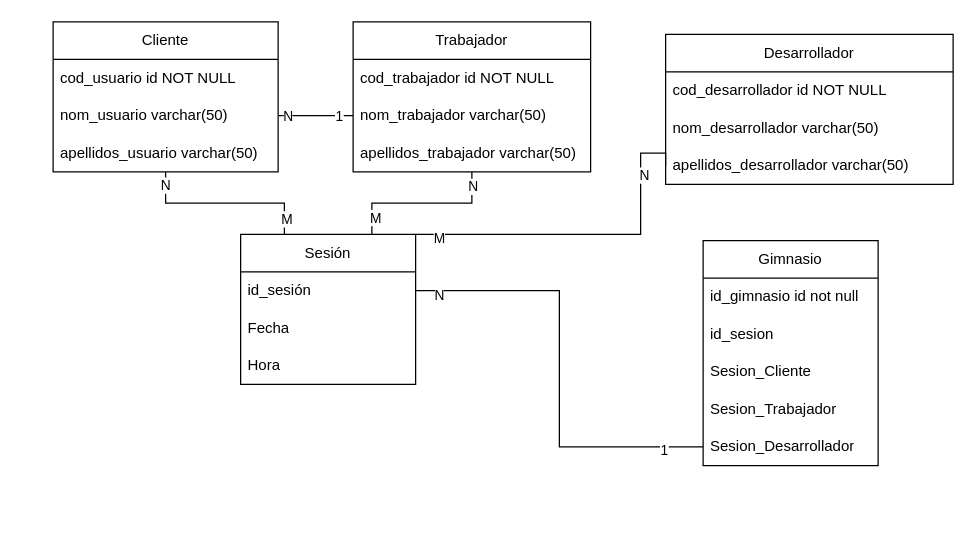
Before: Diagrama Relacional.drawio in HuBaMarin/projDespliegue, a draw.io diagram. Source tidied: cells renumbered, new cells numbered last; positions are measured from the earlier drawing's top-left corner, leaving out a move shared by most shapes. Both pictures are drawn from the tidied source at 125%, with x=0, y=0 at pixel (52, 21).
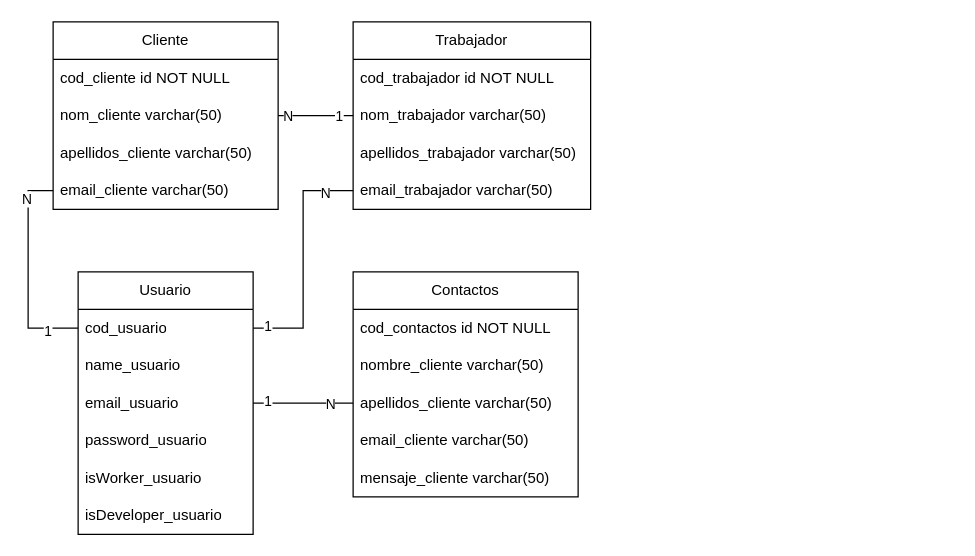
The same diagram, later.

The edit, as a diff of the source:
```diff
@@
-    <mxCell id="2" style="edgeStyle=orthogonalEdgeStyle;rounded=0;jettySize=auto;html=1;entryX=0.25;entryY=0;entryDx=0;entryDy=0;endArrow=none;endFill=0;" parent="1" edge="1" source="5" target="19">
-      <mxGeometry relative="1" as="geometry" />
-    </mxCell>
-    <mxCell id="3" value="N" style="edgeLabel;html=1;align=center;verticalAlign=middle;" parent="2" vertex="1">
-      <mxGeometry x="-0.86" y="-1" relative="1" as="geometry" />
-    </mxCell>
-    <mxCell id="4" value="M" style="edgeLabel;html=1;align=center;verticalAlign=middle;" parent="2" vertex="1">
-      <mxGeometry x="0.82" y="1" relative="1" as="geometry" />
-    </mxCell>
     <mxCell id="5" value="Cliente" style="swimlane;fontStyle=0;horizontal=1;startSize=30;whiteSpace=wrap;html=1;" parent="1" vertex="1">
-      <mxGeometry width="180" height="120" as="geometry" />
+      <mxGeometry width="180" height="150" as="geometry" />
     </mxCell>
-    <mxCell id="6" value="cod_usuario id NOT NULL" style="text;strokeColor=none;fillColor=none;align=left;verticalAlign=middle;spacingLeft=4;spacingRight=4;overflow=hidden;whiteSpace=wrap;html=1;" parent="5" vertex="1">
+    <mxCell id="6" value="cod_cliente id NOT NULL" style="text;strokeColor=none;fillColor=none;align=left;verticalAlign=middle;spacingLeft=4;spacingRight=4;overflow=hidden;whiteSpace=wrap;html=1;" parent="5" vertex="1">
       <mxGeometry y="30" width="180" height="30" as="geometry" />
     </mxCell>
-    <mxCell id="7" value="nom_usuario varchar(50)" style="text;strokeColor=none;fillColor=none;align=left;verticalAlign=middle;spacingLeft=4;spacingRight=4;overflow=hidden;points=[[0,0.5],[1,0.5]];portConstraint=eastwest;whiteSpace=wrap;html=1;" parent="5" vertex="1">
+    <mxCell id="7" value="nom_cliente varchar(50)" style="text;strokeColor=none;fillColor=none;align=left;verticalAlign=middle;spacingLeft=4;spacingRight=4;overflow=hidden;points=[[0,0.5],[1,0.5]];portConstraint=eastwest;whiteSpace=wrap;html=1;" parent="5" vertex="1">
       <mxGeometry y="60" width="180" height="30" as="geometry" />
     </mxCell>
-    <mxCell id="8" value="apellidos_usuario varchar(50)" style="text;strokeColor=none;fillColor=none;align=left;verticalAlign=middle;spacingLeft=4;spacingRight=4;overflow=hidden;whiteSpace=wrap;html=1;" parent="5" vertex="1">
+    <mxCell id="8" value="apellidos_cliente varchar(50)" style="text;strokeColor=none;fillColor=none;align=left;verticalAlign=middle;spacingLeft=4;spacingRight=4;overflow=hidden;whiteSpace=wrap;html=1;" parent="5" vertex="1">
       <mxGeometry y="90" width="180" height="30" as="geometry" />
     </mxCell>
-    <mxCell id="9" style="edgeStyle=orthogonalEdgeStyle;rounded=0;jettySize=auto;html=1;entryX=0.75;entryY=0;entryDx=0;entryDy=0;endArrow=none;endFill=0;" parent="1" edge="1" source="12" target="19">
-      <mxGeometry relative="1" as="geometry" />
-    </mxCell>
-    <mxCell id="10" value="M" style="edgeLabel;html=1;align=center;verticalAlign=middle;" parent="9" vertex="1">
-      <mxGeometry x="0.78" y="2" relative="1" as="geometry" />
-    </mxCell>
-    <mxCell id="11" value="N" style="edgeLabel;html=1;align=center;verticalAlign=middle;" parent="9" vertex="1">
-      <mxGeometry x="-0.83" relative="1" as="geometry" />
-    </mxCell>
+    <mxCell id="39" value="email_cliente varchar(50)" style="text;strokeColor=none;fillColor=none;align=left;verticalAlign=middle;spacingLeft=4;spacingRight=4;overflow=hidden;points=[[0,0.5],[1,0.5]];portConstraint=eastwest;whiteSpace=wrap;html=1;" parent="5" vertex="1">
+      <mxGeometry y="120" width="180" height="30" as="geometry" />
+    </mxCell>
     <mxCell id="12" value="Trabajador" style="swimlane;fontStyle=0;horizontal=1;startSize=30;whiteSpace=wrap;html=1;" parent="1" vertex="1">
-      <mxGeometry x="240" width="190" height="120" as="geometry" />
+      <mxGeometry x="240" width="190" height="150" as="geometry" />
     </mxCell>
@@
-    <mxCell id="16" style="edgeStyle=orthogonalEdgeStyle;rounded=0;jettySize=auto;html=1;entryX=0;entryY=0.5;entryDx=0;entryDy=0;exitX=1;exitY=0.5;exitDx=0;exitDy=0;endArrow=none;endFill=0;" parent="1" edge="1" source="20" target="28">
-      <mxGeometry relative="1" as="geometry" />
-    </mxCell>
-    <mxCell id="17" value="N" style="edgeLabel;html=1;align=center;verticalAlign=middle;" parent="16" vertex="1">
-      <mxGeometry x="-0.9" y="-3" relative="1" as="geometry" />
-    </mxCell>
-    <mxCell id="18" value="1" style="edgeLabel;html=1;align=center;verticalAlign=middle;" parent="16" vertex="1">
-      <mxGeometry x="0.82" y="-2" relative="1" as="geometry" />
-    </mxCell>
-    <mxCell id="19" value="Sesión" style="swimlane;fontStyle=0;horizontal=1;startSize=30;whiteSpace=wrap;html=1;" parent="1" vertex="1">
-      <mxGeometry x="150" y="170" width="140" height="120" as="geometry" />
-    </mxCell>
-    <mxCell id="20" value="id_sesión" style="text;strokeColor=none;fillColor=none;align=left;verticalAlign=middle;spacingLeft=4;spacingRight=4;overflow=hidden;points=[[0,0.5],[1,0.5]];portConstraint=eastwest;whiteSpace=wrap;html=1;" parent="19" vertex="1">
-      <mxGeometry y="30" width="140" height="30" as="geometry" />
-    </mxCell>
-    <mxCell id="21" value="Fecha" style="text;strokeColor=none;fillColor=none;align=left;verticalAlign=middle;spacingLeft=4;spacingRight=4;overflow=hidden;whiteSpace=wrap;html=1;" parent="19" vertex="1">
-      <mxGeometry y="60" width="140" height="30" as="geometry" />
-    </mxCell>
-    <mxCell id="22" value="Hora" style="text;strokeColor=none;fillColor=none;align=left;verticalAlign=middle;spacingLeft=4;spacingRight=4;overflow=hidden;whiteSpace=wrap;html=1;" parent="19" vertex="1">
-      <mxGeometry y="90" width="140" height="30" as="geometry" />
-    </mxCell>
-    <mxCell id="23" value="Gimnasio" style="swimlane;fontStyle=0;horizontal=1;startSize=30;whiteSpace=wrap;html=1;" parent="1" vertex="1">
-      <mxGeometry x="520" y="175" width="140" height="180" as="geometry" />
-    </mxCell>
-    <mxCell id="24" value="id_gimnasio id not null" style="text;strokeColor=none;fillColor=none;align=left;verticalAlign=middle;spacingLeft=4;spacingRight=4;overflow=hidden;whiteSpace=wrap;html=1;" parent="23" vertex="1">
-      <mxGeometry y="30" width="140" height="30" as="geometry" />
-    </mxCell>
-    <mxCell id="25" value="id_sesion" style="text;strokeColor=none;fillColor=none;align=left;verticalAlign=middle;spacingLeft=4;spacingRight=4;overflow=hidden;whiteSpace=wrap;html=1;" parent="23" vertex="1">
-      <mxGeometry y="60" width="140" height="30" as="geometry" />
-    </mxCell>
-    <mxCell id="26" value="Sesion_Cliente" style="text;strokeColor=none;fillColor=none;align=left;verticalAlign=middle;spacingLeft=4;spacingRight=4;overflow=hidden;whiteSpace=wrap;html=1;" parent="23" vertex="1">
-      <mxGeometry y="90" width="140" height="30" as="geometry" />
-    </mxCell>
-    <mxCell id="27" value="Sesion_Trabajador" style="text;strokeColor=none;fillColor=none;align=left;verticalAlign=middle;spacingLeft=4;spacingRight=4;overflow=hidden;whiteSpace=wrap;html=1;" parent="23" vertex="1">
-      <mxGeometry y="120" width="140" height="30" as="geometry" />
-    </mxCell>
-    <mxCell id="28" value="Sesion_Desarrollador" style="text;strokeColor=none;fillColor=none;align=left;verticalAlign=middle;spacingLeft=4;spacingRight=4;overflow=hidden;points=[[0,0.5],[1,0.5]];portConstraint=eastwest;whiteSpace=wrap;html=1;" parent="23" vertex="1">
-      <mxGeometry y="150" width="140" height="30" as="geometry" />
-    </mxCell>
+    <mxCell id="40" value="email_trabajador varchar(50)" style="text;strokeColor=none;fillColor=none;align=left;verticalAlign=middle;spacingLeft=4;spacingRight=4;overflow=hidden;points=[[0,0.5],[1,0.5]];portConstraint=eastwest;whiteSpace=wrap;html=1;" parent="12" vertex="1">
+      <mxGeometry y="120" width="190" height="30" as="geometry" />
+    </mxCell>
@@
-    <mxCell id="32" value="Desarrollador" style="swimlane;fontStyle=0;horizontal=1;startSize=30;whiteSpace=wrap;html=1;" parent="1" vertex="1">
-      <mxGeometry x="490" y="10" width="230" height="120" as="geometry" />
-    </mxCell>
-    <mxCell id="33" value="cod_desarrollador id NOT NULL" style="text;strokeColor=none;fillColor=none;align=left;verticalAlign=middle;spacingLeft=4;spacingRight=4;overflow=hidden;whiteSpace=wrap;html=1;" parent="32" vertex="1">
-      <mxGeometry y="30" width="230" height="30" as="geometry" />
-    </mxCell>
-    <mxCell id="34" value="nom_desarrollador varchar(50)" style="text;strokeColor=none;fillColor=none;align=left;verticalAlign=middle;spacingLeft=4;spacingRight=4;overflow=hidden;whiteSpace=wrap;html=1;" parent="32" vertex="1">
-      <mxGeometry y="60" width="230" height="30" as="geometry" />
-    </mxCell>
-    <mxCell id="35" value="apellidos_desarrollador varchar(50)" style="text;strokeColor=none;fillColor=none;align=left;verticalAlign=middle;spacingLeft=4;spacingRight=4;overflow=hidden;points=[[0,0.5],[1,0.5]];portConstraint=eastwest;whiteSpace=wrap;html=1;" parent="32" vertex="1">
-      <mxGeometry y="90" width="230" height="30" as="geometry" />
-    </mxCell>
-    <mxCell id="36" style="edgeStyle=orthogonalEdgeStyle;rounded=0;jettySize=auto;html=1;entryX=1;entryY=0;entryDx=0;entryDy=0;exitX=0;exitY=0.5;exitDx=0;exitDy=0;endArrow=none;endFill=0;" parent="1" edge="1" source="35" target="19">
-      <mxGeometry relative="1" as="geometry">
-        <Array as="points">
-          <mxPoint x="490" y="105" />
-          <mxPoint x="470" y="105" />
-          <mxPoint x="470" y="170" />
-        </Array>
-      </mxGeometry>
-    </mxCell>
-    <mxCell id="37" value="M" style="edgeLabel;html=1;align=center;verticalAlign=middle;" parent="36" vertex="1">
-      <mxGeometry x="0.87" y="2" relative="1" as="geometry" />
-    </mxCell>
-    <mxCell id="38" value="N" style="edgeLabel;html=1;align=center;verticalAlign=middle;" parent="36" vertex="1">
-      <mxGeometry x="-0.65" y="2" relative="1" as="geometry" />
-    </mxCell>
+    <mxCell id="41" value="Usuario" style="swimlane;fontStyle=0;horizontal=1;startSize=30;whiteSpace=wrap;html=1;" parent="1" vertex="1">
+      <mxGeometry x="20" y="200" width="140" height="210" as="geometry" />
+    </mxCell>
+    <mxCell id="42" value="cod_usuario" style="text;strokeColor=none;fillColor=none;align=left;verticalAlign=middle;spacingLeft=4;spacingRight=4;overflow=hidden;points=[[0,0.5],[1,0.5]];portConstraint=eastwest;whiteSpace=wrap;html=1;" parent="41" vertex="1">
+      <mxGeometry y="30" width="140" height="30" as="geometry" />
+    </mxCell>
+    <mxCell id="43" value="name_usuario" style="text;strokeColor=none;fillColor=none;align=left;verticalAlign=middle;spacingLeft=4;spacingRight=4;overflow=hidden;whiteSpace=wrap;html=1;" parent="41" vertex="1">
+      <mxGeometry y="60" width="140" height="30" as="geometry" />
+    </mxCell>
+    <mxCell id="44" value="email_usuario" style="text;strokeColor=none;fillColor=none;align=left;verticalAlign=middle;spacingLeft=4;spacingRight=4;overflow=hidden;points=[[0,0.5],[1,0.5]];portConstraint=eastwest;whiteSpace=wrap;html=1;" parent="41" vertex="1">
+      <mxGeometry y="90" width="140" height="30" as="geometry" />
+    </mxCell>
+    <mxCell id="45" value="password_usuario" style="text;strokeColor=none;fillColor=none;align=left;verticalAlign=middle;spacingLeft=4;spacingRight=4;overflow=hidden;whiteSpace=wrap;html=1;" parent="41" vertex="1">
+      <mxGeometry y="120" width="140" height="30" as="geometry" />
+    </mxCell>
+    <mxCell id="46" value="isWorker_usuario" style="text;strokeColor=none;fillColor=none;align=left;verticalAlign=middle;spacingLeft=4;spacingRight=4;overflow=hidden;whiteSpace=wrap;html=1;" parent="41" vertex="1">
+      <mxGeometry y="150" width="140" height="30" as="geometry" />
+    </mxCell>
+    <mxCell id="47" value="isDeveloper_usuario" style="text;strokeColor=none;fillColor=none;align=left;verticalAlign=middle;spacingLeft=4;spacingRight=4;overflow=hidden;whiteSpace=wrap;html=1;" parent="41" vertex="1">
+      <mxGeometry y="180" width="140" height="30" as="geometry" />
+    </mxCell>
+    <mxCell id="48" value="Contactos" style="swimlane;fontStyle=0;horizontal=1;startSize=30;whiteSpace=wrap;html=1;" parent="1" vertex="1">
+      <mxGeometry x="240" y="200" width="180" height="180" as="geometry" />
+    </mxCell>
+    <mxCell id="49" value="cod_contactos id NOT NULL" style="text;strokeColor=none;fillColor=none;align=left;verticalAlign=middle;spacingLeft=4;spacingRight=4;overflow=hidden;whiteSpace=wrap;html=1;" parent="48" vertex="1">
+      <mxGeometry y="30" width="180" height="30" as="geometry" />
+    </mxCell>
+    <mxCell id="50" value="nombre_cliente varchar(50)" style="text;strokeColor=none;fillColor=none;align=left;verticalAlign=middle;spacingLeft=4;spacingRight=4;overflow=hidden;whiteSpace=wrap;html=1;" parent="48" vertex="1">
+      <mxGeometry y="60" width="180" height="30" as="geometry" />
+    </mxCell>
+    <mxCell id="51" value="apellidos_cliente varchar(50)" style="text;strokeColor=none;fillColor=none;align=left;verticalAlign=middle;spacingLeft=4;spacingRight=4;overflow=hidden;points=[[0,0.5],[1,0.5]];portConstraint=eastwest;whiteSpace=wrap;html=1;" parent="48" vertex="1">
+      <mxGeometry y="90" width="180" height="30" as="geometry" />
+    </mxCell>
+    <mxCell id="52" value="email_cliente varchar(50)" style="text;strokeColor=none;fillColor=none;align=left;verticalAlign=middle;spacingLeft=4;spacingRight=4;overflow=hidden;whiteSpace=wrap;html=1;" parent="48" vertex="1">
+      <mxGeometry y="120" width="180" height="30" as="geometry" />
+    </mxCell>
+    <mxCell id="53" value="mensaje_cliente varchar(50)" style="text;strokeColor=none;fillColor=none;align=left;verticalAlign=middle;spacingLeft=4;spacingRight=4;overflow=hidden;whiteSpace=wrap;html=1;" parent="48" vertex="1">
+      <mxGeometry y="150" width="180" height="30" as="geometry" />
+    </mxCell>
+    <mxCell id="54" style="edgeStyle=orthogonalEdgeStyle;rounded=0;jettySize=auto;html=1;entryX=1;entryY=0.5;entryDx=0;entryDy=0;endArrow=none;endFill=0;startArrow=none;startFill=0;" parent="1" edge="1" source="51" target="44">
+      <mxGeometry relative="1" as="geometry" />
+    </mxCell>
+    <mxCell id="55" value="1" style="edgeLabel;html=1;align=center;verticalAlign=middle;" parent="54" vertex="1">
+      <mxGeometry x="0.72" y="-2" relative="1" as="geometry" />
+    </mxCell>
+    <mxCell id="56" value="N" style="edgeLabel;html=1;align=center;verticalAlign=middle;" parent="54" vertex="1">
+      <mxGeometry x="-0.52" relative="1" as="geometry" />
+    </mxCell>
+    <mxCell id="57" style="edgeStyle=orthogonalEdgeStyle;rounded=0;jettySize=auto;html=1;entryX=1;entryY=0.5;entryDx=0;entryDy=0;endArrow=none;endFill=0;startArrow=none;startFill=0;" parent="1" edge="1" source="40" target="42">
+      <mxGeometry relative="1" as="geometry" />
+    </mxCell>
+    <mxCell id="58" value="1" style="edgeLabel;html=1;align=center;verticalAlign=middle;" parent="57" vertex="1">
+      <mxGeometry x="0.88" y="-2" relative="1" as="geometry" />
+    </mxCell>
+    <mxCell id="59" value="N" style="edgeLabel;html=1;align=center;verticalAlign=middle;" parent="57" vertex="1">
+      <mxGeometry x="-0.76" y="1" relative="1" as="geometry" />
+    </mxCell>
+    <mxCell id="60" style="edgeStyle=orthogonalEdgeStyle;rounded=0;jettySize=auto;html=1;entryX=0;entryY=0.5;entryDx=0;entryDy=0;endArrow=none;endFill=0;startArrow=none;startFill=0;" parent="1" edge="1" source="39" target="42">
+      <mxGeometry relative="1" as="geometry" />
+    </mxCell>
+    <mxCell id="61" value="N" style="edgeLabel;html=1;align=center;verticalAlign=middle;" parent="60" vertex="1">
+      <mxGeometry x="-0.7" y="-2" relative="1" as="geometry" />
+    </mxCell>
+    <mxCell id="62" value="1" style="edgeLabel;html=1;align=center;verticalAlign=middle;" parent="60" vertex="1">
+      <mxGeometry x="0.7" y="-2" relative="1" as="geometry" />
+    </mxCell>
```
